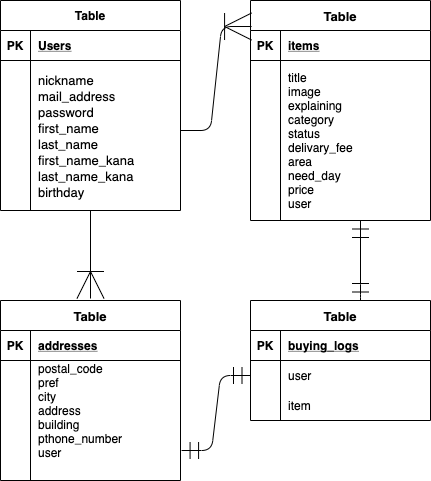
The draw.io diagram ER.dio.png in MerukuLyrical/furima-32472, before a commit. Source tidied: cells renumbered, new cells last; positions are measured from the earlier drawing's top-left corner, leaving out a move shared by most shapes.
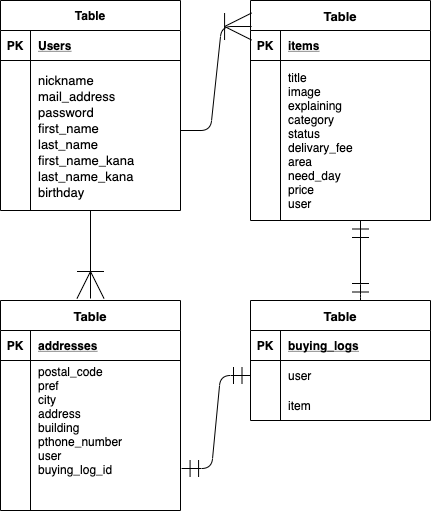
Above is the later version.

Commit message:
README設計　修正版3

The edit, as a diff of the source:
```diff
@@ -66,7 +66,7 @@
       <mxGeometry x="30" width="150" height="160" as="geometry" />
     </mxCell>
     <mxCell id="23" value="Table" style="shape=table;startSize=30;rowLines=0;fontStyle=1;align=center;fontSize=13;" parent="1" vertex="1">
-      <mxGeometry y="300" width="180" height="180" as="geometry" />
+      <mxGeometry y="300" width="180" height="210" as="geometry" />
     </mxCell>
     <mxCell id="24" style="shape=partialRectangle;fillColor=none;top=0;left=0;bottom=1;right=0;" parent="23" vertex="1">
       <mxGeometry y="30" width="180" height="30" as="geometry" />
@@ -78,13 +78,13 @@
       <mxGeometry x="30" width="150" height="30" as="geometry" />
     </mxCell>
     <mxCell id="27" style="shape=partialRectangle;fillColor=none;top=0;left=0;bottom=0;right=0;points=[[0,0.5],[1,0.5]];portConstraint=eastwest;" parent="23" vertex="1">
-      <mxGeometry y="60" width="180" height="100" as="geometry" />
+      <mxGeometry y="60" width="180" height="120" as="geometry" />
     </mxCell>
     <mxCell id="28" style="shape=partialRectangle;fillColor=none;top=0;left=0;bottom=0;right=0;overflow=hidden;" parent="27" vertex="1">
-      <mxGeometry width="30" height="100" as="geometry" />
+      <mxGeometry width="30" height="120" as="geometry" />
     </mxCell>
-    <mxCell id="29" value="postal_code&#10;pref&#10;city&#10;address&#10;building&#10;pthone_number&#10;user" style="shape=partialRectangle;fillColor=none;top=0;left=0;bottom=0;right=0;align=left;spacingLeft=6;overflow=hidden;" parent="27" vertex="1">
-      <mxGeometry x="30" width="150" height="100" as="geometry" />
+    <mxCell id="29" value="postal_code&#10;pref&#10;city&#10;address&#10;building&#10;pthone_number&#10;user&#10;buying_log_id" style="shape=partialRectangle;fillColor=none;top=0;left=0;bottom=0;right=0;align=left;spacingLeft=6;overflow=hidden;" parent="27" vertex="1">
+      <mxGeometry x="30" width="150" height="120" as="geometry" />
     </mxCell>
     <mxCell id="30" value="Table" style="shape=table;startSize=30;rowLines=0;fontStyle=1;align=center;fontSize=13;" parent="1" vertex="1">
       <mxGeometry x="250" y="300" width="180" height="120" as="geometry" />
```
